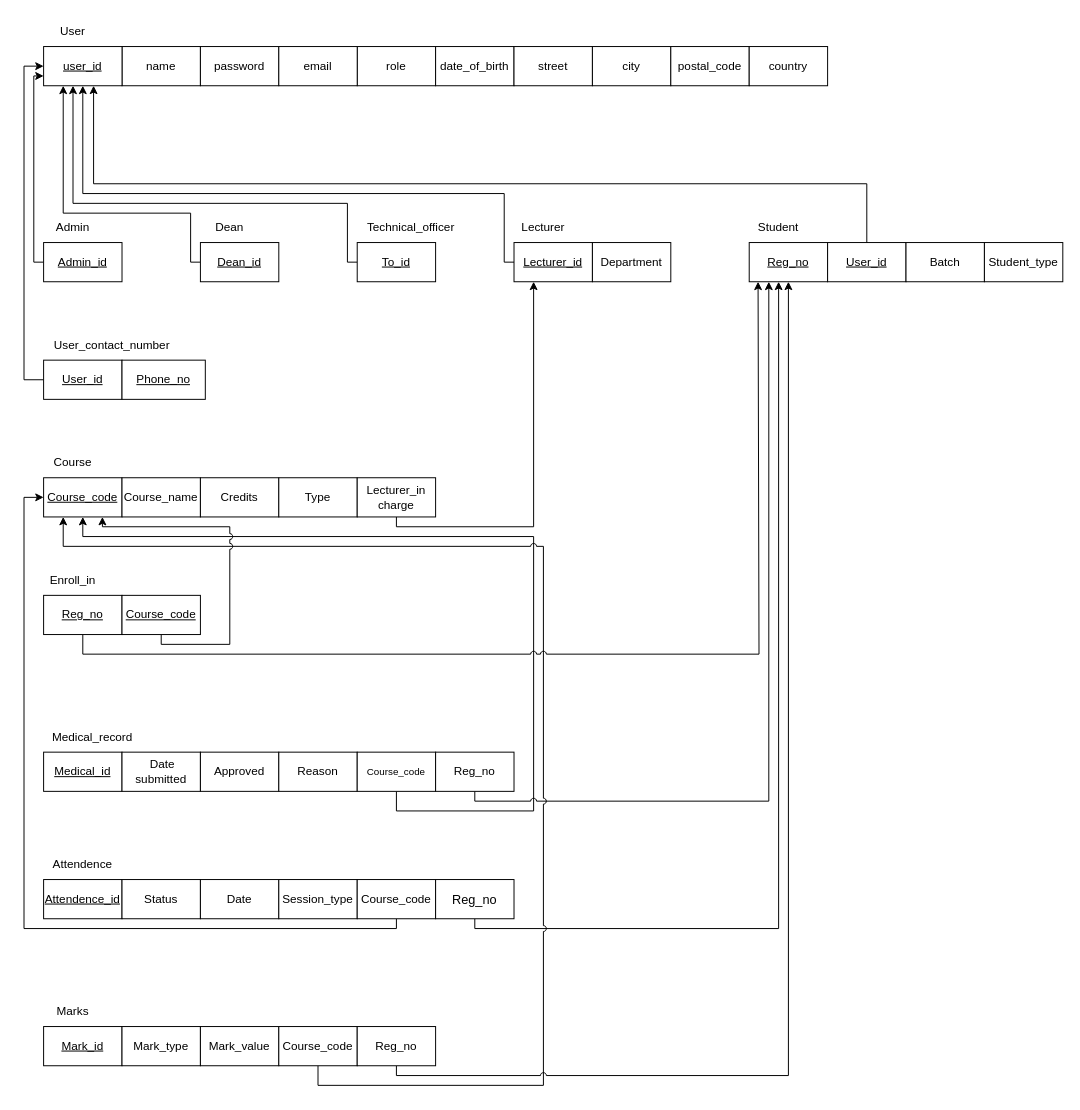
Before: page "Page-2" (1 of 2) of Resources/Updated EER and Mapping/EER and Mapping.drawio in dilusharadeeshan/Student-Management-System, a draw.io diagram. Source tidied: cells renumbered, new cells numbered last; positions are measured from the earlier drawing's top-left corner, leaving out a move shared by most shapes. Both pictures are drawn from the tidied source at 98%, with x=0, y=0 at pixel (24, 17).
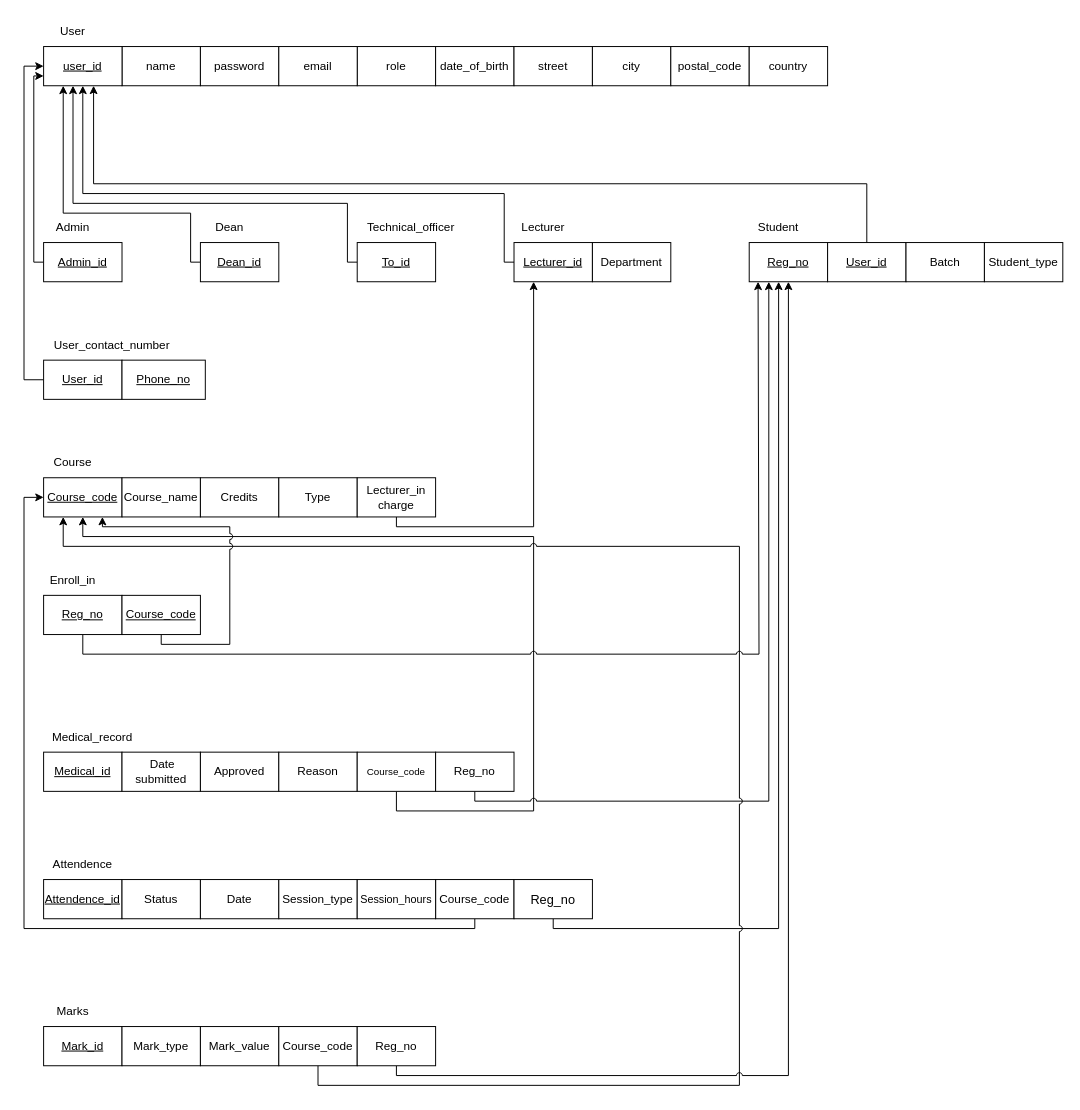
The same diagram, later.

The change refers to these unchanged cells:
```xml
<mxCell id="36" value="&lt;u&gt;Course_code&lt;/u&gt;" style="rounded=0;whiteSpace=wrap;html=1;" parent="1" vertex="1">
  <mxGeometry x="20" y="470" width="80" height="40" as="geometry" />
</mxCell>
<mxCell id="65" value="Course_code" style="rounded=0;whiteSpace=wrap;html=1;" parent="1" vertex="1">
  <mxGeometry x="260" y="1030" width="80" height="40" as="geometry" />
</mxCell>
```

Change to the diagram source:
```diff
@@
     <mxCell id="56" style="edgeStyle=orthogonalEdgeStyle;rounded=0;jettySize=auto;html=1;exitX=0.5;exitY=1;exitDx=0;exitDy=0;entryX=0;entryY=0.5;entryDx=0;entryDy=0;" parent="1" edge="1" source="57" target="36">
       <mxGeometry relative="1" as="geometry">
         <Array as="points">
-          <mxPoint x="380" y="930" />
+          <mxPoint x="460" y="930" />
           <mxPoint y="930" />
           <mxPoint y="490" />
         </Array>
       </mxGeometry>
     </mxCell>
     <mxCell id="57" value="Course_code" style="rounded=0;whiteSpace=wrap;html=1;" parent="1" vertex="1">
-      <mxGeometry x="340" y="880" width="80" height="40" as="geometry" />
+      <mxGeometry x="420" y="880" width="80" height="40" as="geometry" />
     </mxCell>
     <mxCell id="58" style="edgeStyle=orthogonalEdgeStyle;rounded=0;jettySize=auto;html=1;exitX=0.5;exitY=1;exitDx=0;exitDy=0;" parent="1" edge="1" source="59">
       <mxGeometry relative="1" as="geometry">
         <mxPoint x="770" y="270" as="targetPoint" />
         <Array as="points">
-          <mxPoint x="460" y="930" />
+          <mxPoint x="540" y="930" />
           <mxPoint x="770" y="930" />
         </Array>
       </mxGeometry>
     </mxCell>
     <mxCell id="59" value="&lt;font style=&quot;font-size: 13px;&quot;&gt;Reg_no&lt;/font&gt;" style="rounded=0;whiteSpace=wrap;html=1;" parent="1" vertex="1">
-      <mxGeometry x="420" y="880" width="80" height="40" as="geometry" />
+      <mxGeometry x="500" y="880" width="80" height="40" as="geometry" />
     </mxCell>
@@
     <mxCell id="64" style="edgeStyle=orthogonalEdgeStyle;rounded=0;jettySize=auto;html=1;exitX=0.5;exitY=1;exitDx=0;exitDy=0;entryX=0.25;entryY=1;entryDx=0;entryDy=0;jumpStyle=arc;" parent="1" edge="1" source="65" target="36">
       <mxGeometry relative="1" as="geometry">
         <Array as="points">
           <mxPoint x="300" y="1090" />
-          <mxPoint x="530" y="1090" />
-          <mxPoint x="530" y="540" />
+          <mxPoint x="730" y="1090" />
+          <mxPoint x="730" y="540" />
           <mxPoint x="40" y="540" />
         </Array>
       </mxGeometry>
     </mxCell>
@@
+    <mxCell id="74" value="&lt;font style=&quot;font-size: 11px;&quot;&gt;Session_hours&lt;/font&gt;" style="rounded=0;whiteSpace=wrap;html=1;" parent="1" vertex="1">
+      <mxGeometry x="340" y="880" width="80" height="40" as="geometry" />
+    </mxCell>
```
